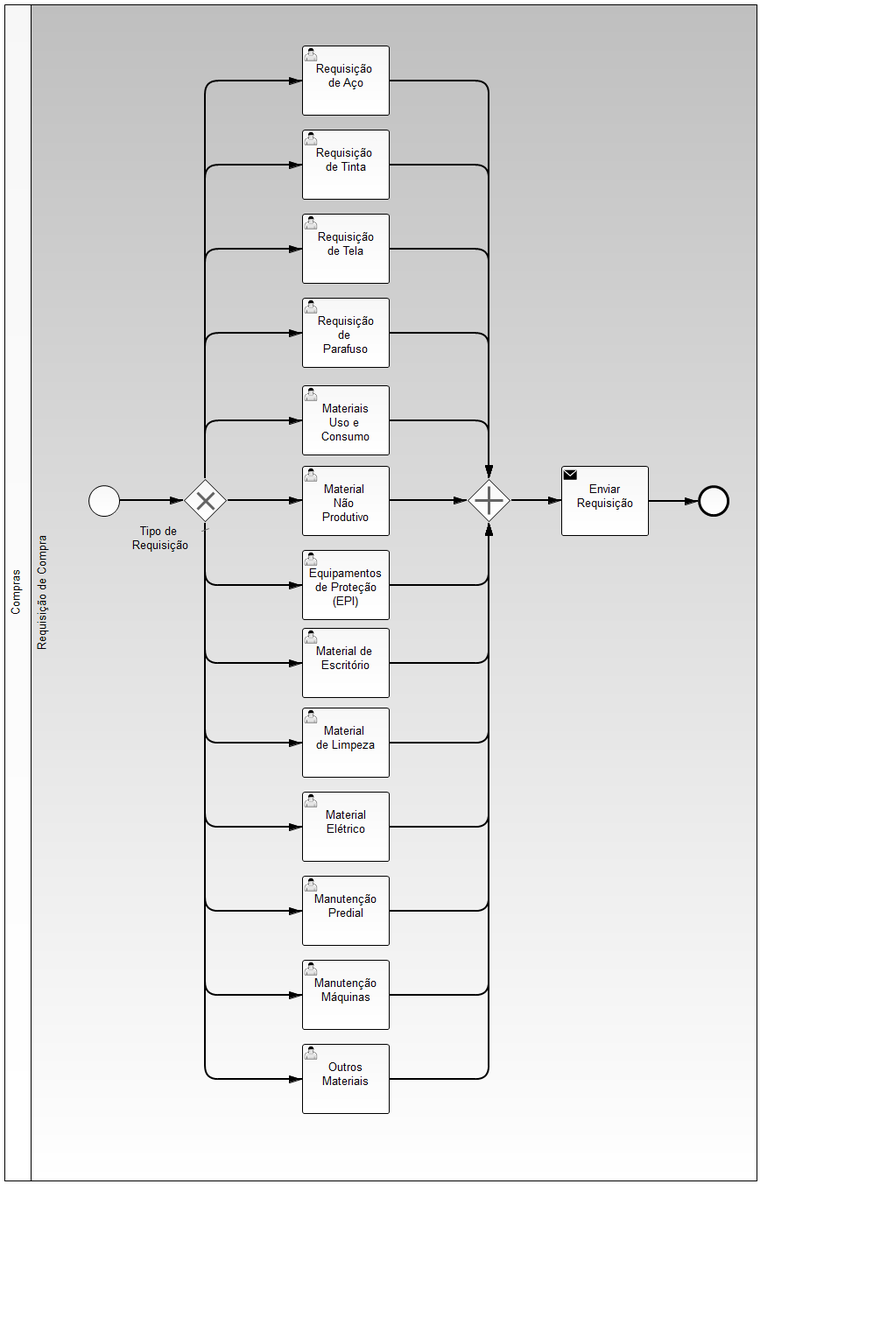
altamira/altamira-backward keeps this BPMN diagram as bpm/purchase/request/src/main/resources/process.png. Above is the earlier version. Its source is kept beside it as bpm/purchase/request/src/main/resources/process.bpmn. Ids are renumbered. Source of this version:
```xml
<bpmn2:definitions xmlns:xsi="http://www.w3.org/2001/XMLSchema-instance" xmlns:bpmn2="http://www.omg.org/spec/BPMN/20100524/MODEL" xmlns:bpmndi="http://www.omg.org/spec/BPMN/20100524/DI" xmlns:camunda="http://activiti.org/bpmn" xmlns:dc="http://www.omg.org/spec/DD/20100524/DC" xmlns:di="http://www.omg.org/spec/DD/20100524/DI" xmlns:fox="http://www.camunda.com/fox" xsi:schemaLocation="http://www.omg.org/spec/BPMN/20100524/MODEL BPMN20.xsd" id="Definitions_1" exporter="camunda modeler" exporterVersion="2.6.0" targetNamespace="http://www.example.org/bpmn">
  <bpmn2:collaboration id="Collaboration" name="Default Collaboration">
    <bpmn2:participant id="Purchasing" name="Compras" processRef="altamira-bpm-purchase-request"/>
  </bpmn2:collaboration>
  <bpmn2:process id="altamira-bpm-purchase-request" name="Requisição de Compra" isExecutable="true">
    <bpmn2:laneSet id="LaneSet_2" name="Lane Set 2">
      <bpmn2:lane id="PurchaseRequestLane" name="Requisição de Compra">
        <bpmn2:flowNodeRef>RequestStartEvent</bpmn2:flowNodeRef>
        <bpmn2:flowNodeRef>EndEvent_1</bpmn2:flowNodeRef>
        <bpmn2:flowNodeRef>SendRequestSendTask</bpmn2:flowNodeRef>
      </bpmn2:lane>
    </bpmn2:laneSet>
    <bpmn2:startEvent id="RequestStartEvent" name="">
      <bpmn2:extensionElements>
        <camunda:formData>
          <camunda:formField id="requestId" label="Número da Requisição" type="long"/>
        </camunda:formData>
      </bpmn2:extensionElements>
      <bpmn2:outgoing>SequenceFlow_4</bpmn2:outgoing>
    </bpmn2:startEvent>
    <bpmn2:sequenceFlow id="SequenceFlow_4" name="" sourceRef="RequestStartEvent" targetRef="SendRequestSendTask"/>
    <bpmn2:endEvent id="EndEvent_1">
      <bpmn2:incoming>SequenceFlow_5</bpmn2:incoming>
    </bpmn2:endEvent>
    <bpmn2:sendTask id="SendRequestSendTask" camunda:delegateExpression="#{SendRequest}" name="Enviar Requisição">
      <bpmn2:incoming>SequenceFlow_4</bpmn2:incoming>
      <bpmn2:outgoing>SequenceFlow_5</bpmn2:outgoing>
    </bpmn2:sendTask>
    <bpmn2:sequenceFlow id="SequenceFlow_5" name="" sourceRef="SendRequestSendTask" targetRef="EndEvent_1"/>
  </bpmn2:process>
  <bpmn2:signal id="Signal_1" name="NewRequestSignal"/>
  <bpmn2:message id="Message_1" name="REQUEST_NEW_MESSAGE"/>
  <bpmn2:signal id="Signal_2" name="OrderNegeratedSignal"/>
  <bpmndi:BPMNDiagram id="BPMNDiagram_1" name="Default Collaboration Diagram">
    <bpmndi:BPMNPlane id="BPMNPlane_1" bpmnElement="Collaboration">
      <bpmndi:BPMNShape id="BPMNShape_1" bpmnElement="Purchasing" isHorizontal="true">
        <dc:Bounds height="216.0" width="673.0" x="0.0" y="1.0"/>
      </bpmndi:BPMNShape>
      <bpmndi:BPMNShape id="BPMNShape_StartEvent_1" bpmnElement="RequestStartEvent">
        <dc:Bounds height="36.0" width="36.0" x="144.0" y="82.0"/>
        <bpmndi:BPMNLabel>
          <dc:Bounds height="6.0" width="6.0" x="162.0" y="120.0"/>
        </bpmndi:BPMNLabel>
      </bpmndi:BPMNShape>
      <bpmndi:BPMNShape id="_BPMNShape_Lane_6" bpmnElement="PurchaseRequestLane" isHorizontal="true">
        <dc:Bounds height="216.0" width="643.0" x="30.0" y="1.0"/>
      </bpmndi:BPMNShape>
      <bpmndi:BPMNShape id="_BPMNShape_SendTask_3" bpmnElement="SendRequestSendTask">
        <dc:Bounds height="80.0" width="100.0" x="288.0" y="60.0"/>
      </bpmndi:BPMNShape>
      <bpmndi:BPMNShape id="_BPMNShape_EndEvent_22" bpmnElement="EndEvent_1">
        <dc:Bounds height="36.0" width="36.0" x="492.0" y="82.0"/>
        <bpmndi:BPMNLabel>
          <dc:Bounds height="0.0" width="0.0" x="510.0" y="123.0"/>
        </bpmndi:BPMNLabel>
      </bpmndi:BPMNShape>
      <bpmndi:BPMNEdge id="BPMNEdge_SequenceFlow_5" bpmnElement="SequenceFlow_5" sourceElement="_BPMNShape_SendTask_3" targetElement="_BPMNShape_EndEvent_22">
        <di:waypoint xsi:type="dc:Point" x="388.0" y="100.0"/>
        <di:waypoint xsi:type="dc:Point" x="492.0" y="100.0"/>
        <bpmndi:BPMNLabel>
          <dc:Bounds height="6.0" width="6.0" x="410.0" y="100.0"/>
        </bpmndi:BPMNLabel>
      </bpmndi:BPMNEdge>
      <bpmndi:BPMNEdge id="BPMNEdge_SequenceFlow_16" bpmnElement="SequenceFlow_4" sourceElement="BPMNShape_StartEvent_1" targetElement="_BPMNShape_SendTask_3">
        <di:waypoint xsi:type="dc:Point" x="180.0" y="100.0"/>
        <di:waypoint xsi:type="dc:Point" x="288.0" y="100.0"/>
        <bpmndi:BPMNLabel>
          <dc:Bounds height="6.0" width="6.0" x="237.0" y="100.0"/>
        </bpmndi:BPMNLabel>
      </bpmndi:BPMNEdge>
    </bpmndi:BPMNPlane>
  </bpmndi:BPMNDiagram>
</bpmn2:definitions>
```
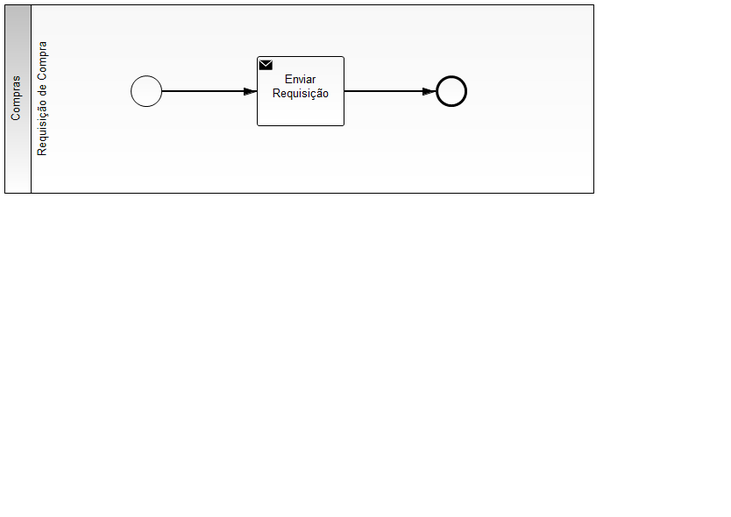
Above is the later version.

What changed in the source:
```diff
@@ -1,8 +1,8 @@
 <bpmn2:definitions xmlns:xsi="http://www.w3.org/2001/XMLSchema-instance" xmlns:bpmn2="http://www.omg.org/spec/BPMN/20100524/MODEL" xmlns:bpmndi="http://www.omg.org/spec/BPMN/20100524/DI" xmlns:camunda="http://activiti.org/bpmn" xmlns:dc="http://www.omg.org/spec/DD/20100524/DC" xmlns:di="http://www.omg.org/spec/DD/20100524/DI" xmlns:fox="http://www.camunda.com/fox" xsi:schemaLocation="http://www.omg.org/spec/BPMN/20100524/MODEL BPMN20.xsd" id="Definitions_1" exporter="camunda modeler" exporterVersion="2.6.0" targetNamespace="http://www.example.org/bpmn">
   <bpmn2:collaboration id="Collaboration" name="Default Collaboration">
-    <bpmn2:participant id="Purchasing" name="Compras" processRef="altamira-bpm-purchase-request"/>
+    <bpmn2:participant id="Purchasing" name="Compras" processRef="altamira.bpm.purchase.request"/>
   </bpmn2:collaboration>
-  <bpmn2:process id="altamira-bpm-purchase-request" name="Requisição de Compra" isExecutable="true">
+  <bpmn2:process id="altamira.bpm.purchase.request" name="Requisição de Compra" isExecutable="true">
     <bpmn2:laneSet id="LaneSet_2" name="Lane Set 2">
       <bpmn2:lane id="PurchaseRequestLane" name="Requisição de Compra">
         <bpmn2:flowNodeRef>RequestStartEvent</bpmn2:flowNodeRef>
```
